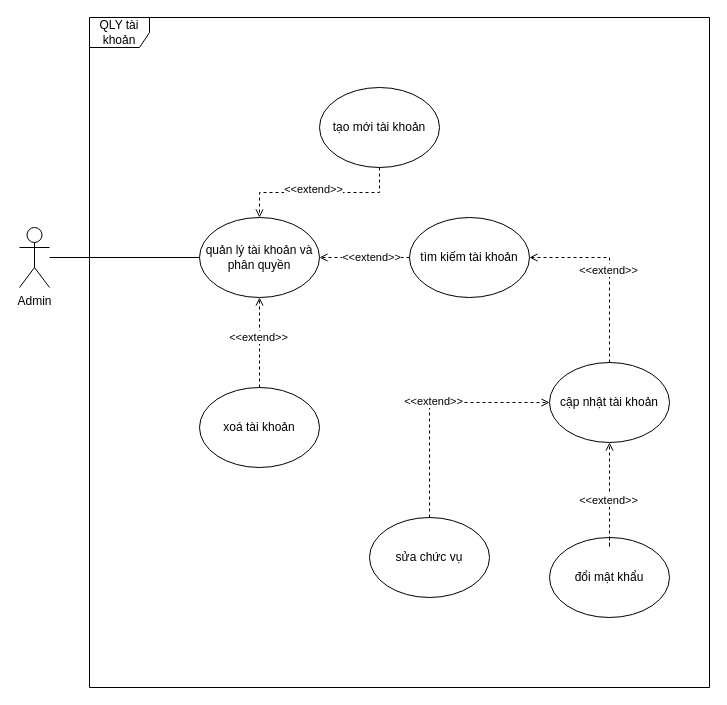
The draw.io diagram QuanLyTaiKhoan.drawio in hoangda24312/Group4-DesigningSystem, before the edit. Source tidied: cells renumbered, new cells numbered last; positions are measured from the earlier drawing's top-left corner, leaving out a move shared by most shapes. Both pictures are drawn from the tidied source at 100%, with x=0, y=0 at pixel (19, 17).
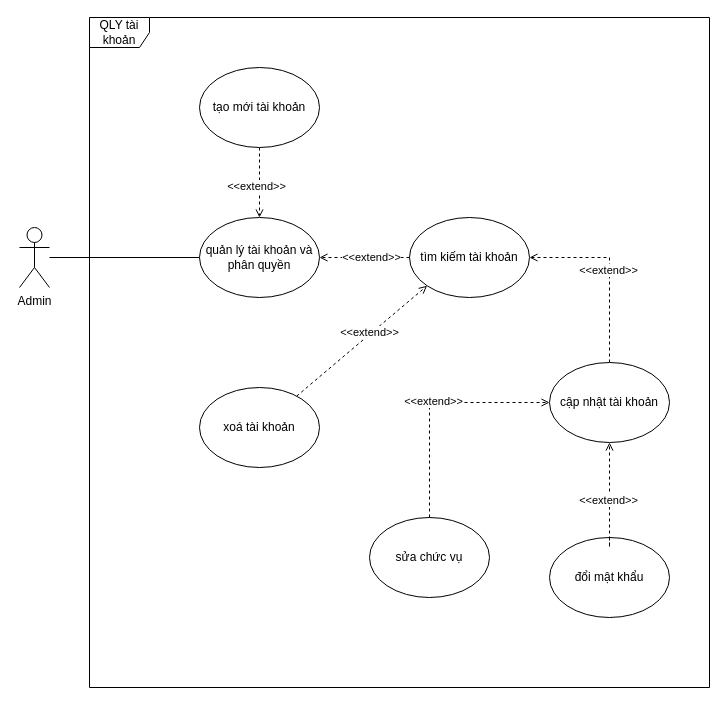
After the change.

Unchanged cells that the change refers to:
```xml
<mxCell id="5" value="quản lý tài khoản và phân quyền" style="ellipse;whiteSpace=wrap;html=1;" parent="1" vertex="1">
  <mxGeometry x="180" y="200" width="120" height="80" as="geometry" />
</mxCell>
<mxCell id="14" value="tìm kiếm tài khoản" style="ellipse;whiteSpace=wrap;html=1;" parent="1" vertex="1">
  <mxGeometry x="390" y="200" width="120" height="80" as="geometry" />
</mxCell>
<mxCell id="17" value="xoá tài khoản" style="ellipse;whiteSpace=wrap;html=1;" parent="1" vertex="1">
  <mxGeometry x="180" y="370" width="120" height="80" as="geometry" />
</mxCell>
```

Change to the diagram source:
```diff
@@
-    <mxCell id="6" style="edgeStyle=orthogonalEdgeStyle;rounded=0;jettySize=auto;html=1;endArrow=open;endFill=0;dashed=1;" parent="1" edge="1" source="8" target="5">
+    <mxCell id="6" style="rounded=0;jettySize=auto;html=1;endArrow=open;endFill=0;dashed=1;" parent="1" edge="1" source="8" target="5">
       <mxGeometry relative="1" as="geometry" />
     </mxCell>
@@
     <mxCell id="8" value="tạo mới tài khoản" style="ellipse;whiteSpace=wrap;html=1;" parent="1" vertex="1">
-      <mxGeometry x="300" y="70" width="120" height="80" as="geometry" />
+      <mxGeometry x="180" y="50" width="120" height="80" as="geometry" />
     </mxCell>
@@
-    <mxCell id="15" style="edgeStyle=orthogonalEdgeStyle;rounded=0;jettySize=auto;html=1;entryX=0.5;entryY=1;entryDx=0;entryDy=0;endArrow=open;endFill=0;dashed=1;" parent="1" edge="1" source="17" target="5">
+    <mxCell id="15" style="rounded=0;jettySize=auto;html=1;entryX=0;entryY=1;entryDx=0;entryDy=0;endArrow=open;endFill=0;dashed=1;" parent="1" edge="1" source="17" target="14">
       <mxGeometry relative="1" as="geometry" />
     </mxCell>
```
